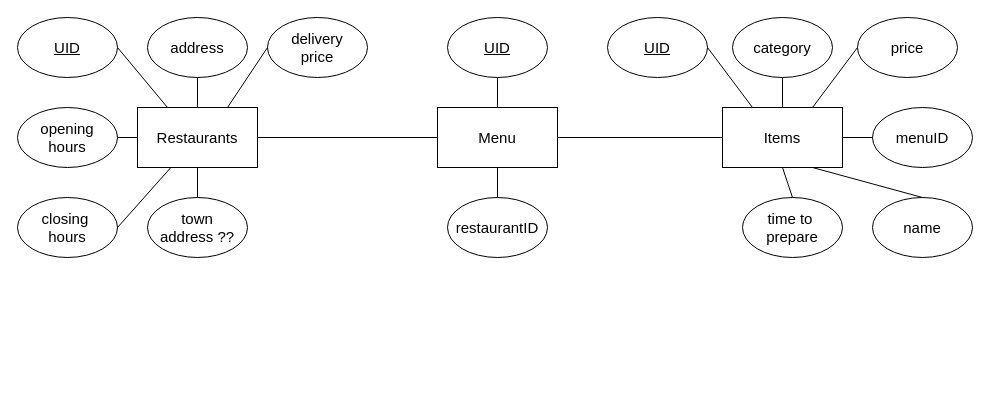
Uber-Summer-Practice-Sofia-2022/uber-summer-practice-docs-faq keeps this draw.io diagram as page "Model (Restaurant mangement)" (7 of 7) of docs/model+ui+endpoints.drawio. Above is the earlier version. Source tidied: cells renumbered, new cells numbered last; positions are measured from the earlier drawing's top-left corner, leaving out a move shared by most shapes. Both pictures are drawn from the tidied source at 100%, with x=0, y=0 at pixel (17, 17).
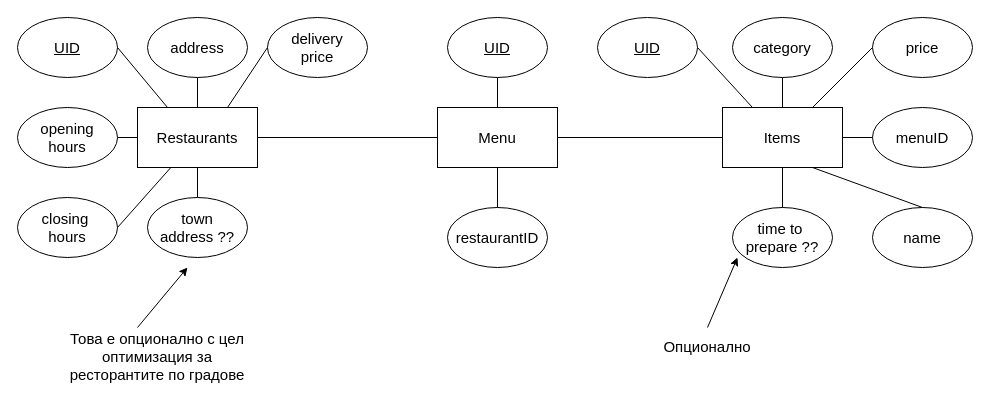
After the change.

What changed in the source:
```diff
@@
     <mxCell id="17" value="restaurantID" style="ellipse;whiteSpace=wrap;html=1;fontSize=15;" parent="1" vertex="1">
-      <mxGeometry x="430" y="180" width="100" height="60" as="geometry" />
+      <mxGeometry x="430" y="190" width="100" height="60" as="geometry" />
     </mxCell>
@@
     <mxCell id="21" value="name" style="ellipse;whiteSpace=wrap;html=1;fontSize=15;" parent="1" vertex="1">
-      <mxGeometry x="855" y="180" width="100" height="60" as="geometry" />
+      <mxGeometry x="855" y="190" width="100" height="60" as="geometry" />
     </mxCell>
@@
     <mxCell id="23" value="price" style="ellipse;whiteSpace=wrap;html=1;fontSize=15;" parent="1" vertex="1">
-      <mxGeometry x="840" width="100" height="60" as="geometry" />
+      <mxGeometry x="855" width="100" height="60" as="geometry" />
     </mxCell>
@@
     <mxCell id="25" value="&lt;u&gt;UID&lt;/u&gt;" style="ellipse;whiteSpace=wrap;html=1;fontSize=15;" parent="1" vertex="1">
-      <mxGeometry x="590" width="100" height="60" as="geometry" />
+      <mxGeometry x="580" width="100" height="60" as="geometry" />
     </mxCell>
-    <mxCell id="26" value="time to&amp;nbsp;&lt;br&gt;prepare" style="ellipse;whiteSpace=wrap;html=1;fontSize=15;" parent="1" vertex="1">
-      <mxGeometry x="725" y="180" width="100" height="60" as="geometry" />
+    <mxCell id="26" value="time to&amp;nbsp;&lt;br&gt;prepare ??" style="ellipse;whiteSpace=wrap;html=1;fontSize=15;" parent="1" vertex="1">
+      <mxGeometry x="715" y="190" width="100" height="60" as="geometry" />
     </mxCell>
@@
+    <mxCell id="35" value="Това е опционално с цел оптимизация за ресторантите по градове" style="text;html=1;strokeColor=none;fillColor=none;align=center;verticalAlign=middle;whiteSpace=wrap;rounded=0;fontSize=15;" parent="1" vertex="1">
+      <mxGeometry x="40" y="324" width="200" height="30" as="geometry" />
+    </mxCell>
+    <mxCell id="36" style="endArrow=classic;html=1;rounded=0;fontSize=15;" parent="1" edge="1">
+      <mxGeometry relative="1" as="geometry">
+        <mxPoint x="120" y="310" as="sourcePoint" />
+        <mxPoint x="170" y="250" as="targetPoint" />
+      </mxGeometry>
+    </mxCell>
+    <mxCell id="37" value="Опционално" style="text;html=1;strokeColor=none;fillColor=none;align=center;verticalAlign=middle;whiteSpace=wrap;rounded=0;fontSize=15;" parent="1" vertex="1">
+      <mxGeometry x="590" y="314" width="200" height="30" as="geometry" />
+    </mxCell>
+    <mxCell id="38" style="endArrow=classic;html=1;rounded=0;fontSize=15;" parent="1" edge="1">
+      <mxGeometry relative="1" as="geometry">
+        <mxPoint x="690" y="310" as="sourcePoint" />
+        <mxPoint x="720" y="240" as="targetPoint" />
+      </mxGeometry>
+    </mxCell>
```
